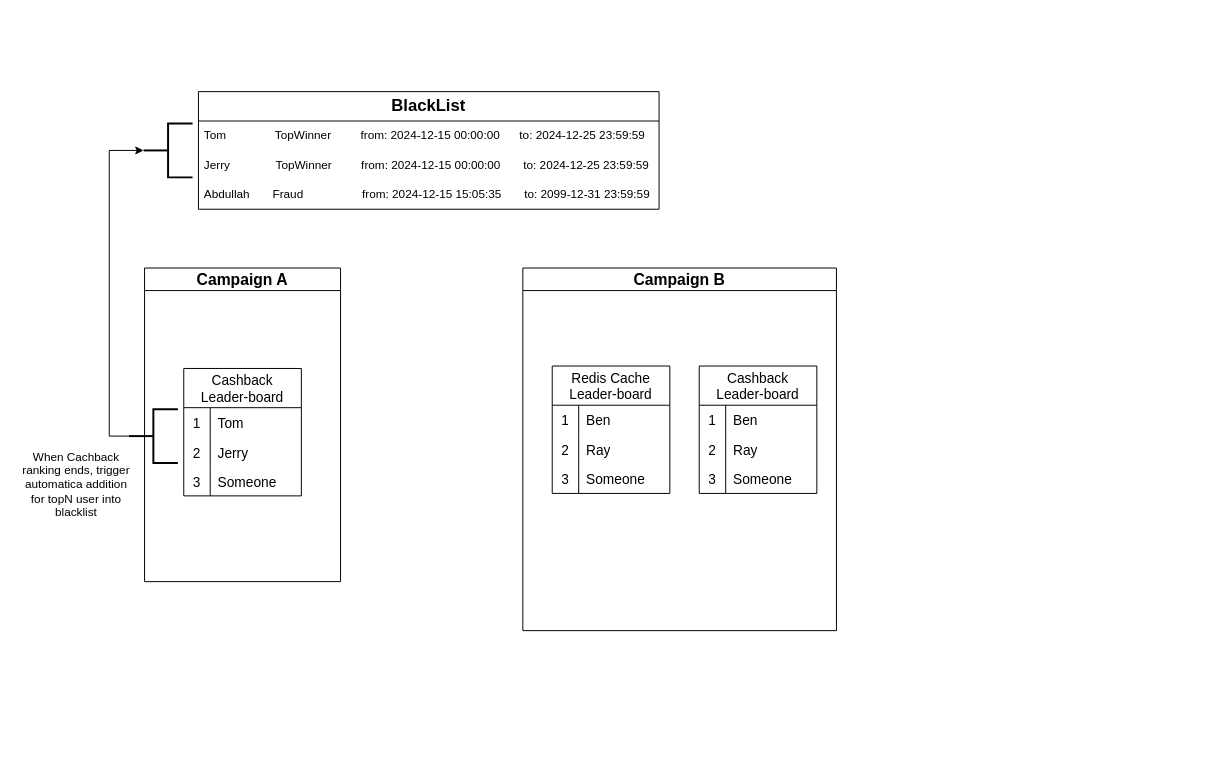
EricLuoisme/own-diagrams-draw-io keeps this draw.io diagram as game_blacklist_logic.drawio. Above is the earlier version. Source tidied: cells renumbered, new cells numbered last; positions are measured from the earlier drawing's top-left corner, leaving out a move shared by most shapes. Both pictures are drawn from the tidied source at 98%, with x=0, y=0 at pixel (17, 91).
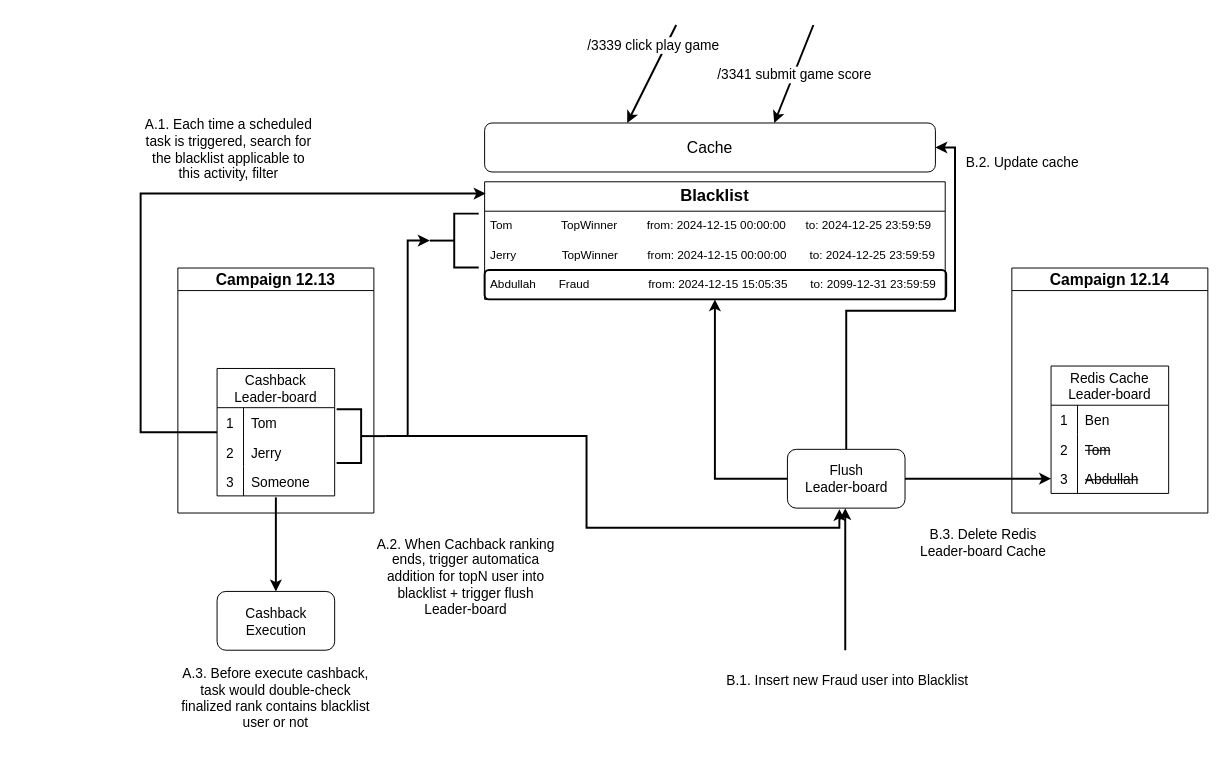
The same diagram, later.

The change refers to these unchanged cells:
```xml
<mxCell id="3" value="Cashback&#10;Leader-board" style="shape=table;startSize=40;childLayout=tableLayout;rowLines=0;fontStyle=0;strokeColor=default;fontSize=14;" parent="2" vertex="1">
  <mxGeometry x="40" y="102.5" width="120" height="130" as="geometry" />
</mxCell>
<mxCell id="10" style="shape=tableRow;horizontal=0;startSize=0;swimlaneHead=0;swimlaneBody=0;top=0;left=0;bottom=0;right=0;fillColor=none;points=[[0,0.5],[1,0.5]];portConstraint=eastwest;strokeColor=inherit;fontSize=16;" parent="3" vertex="1">
  <mxGeometry y="100" width="120" height="30" as="geometry" />
</mxCell>
```

What changed in the source:
```diff
@@
+    <mxCell id="42" style="edgeStyle=orthogonalEdgeStyle;rounded=0;jettySize=auto;html=1;exitX=0;exitY=0.5;exitDx=0;exitDy=0;entryX=0.5;entryY=1;entryDx=0;entryDy=0;strokeWidth=2;" parent="1" edge="1" source="45" target="35">
+      <mxGeometry relative="1" as="geometry" />
+    </mxCell>
+    <mxCell id="43" style="edgeStyle=orthogonalEdgeStyle;rounded=0;jettySize=auto;html=1;exitX=1;exitY=0.5;exitDx=0;exitDy=0;entryX=0;entryY=0.5;entryDx=0;entryDy=0;strokeWidth=2;" parent="1" edge="1" source="45" target="68">
+      <mxGeometry relative="1" as="geometry" />
+    </mxCell>
+    <mxCell id="44" style="edgeStyle=orthogonalEdgeStyle;rounded=0;jettySize=auto;html=1;exitX=0.5;exitY=0;exitDx=0;exitDy=0;entryX=1;entryY=0.5;entryDx=0;entryDy=0;strokeWidth=2;" parent="1" edge="1" source="45" target="49">
+      <mxGeometry relative="1" as="geometry" />
+    </mxCell>
+    <mxCell id="45" style="rounded=1;whiteSpace=wrap;html=1;" parent="1" vertex="1">
+      <mxGeometry x="786" y="365" width="120" height="60" as="geometry" />
+    </mxCell>
+    <mxCell id="46" style="rounded=1;whiteSpace=wrap;html=1;strokeWidth=2;" parent="1" vertex="1">
+      <mxGeometry x="477" y="182" width="471" height="30" as="geometry" />
+    </mxCell>
-    <mxCell id="2" value="&lt;font style=&quot;font-size: 16px;&quot;&gt;Campaign A&lt;/font&gt;" style="swimlane;whiteSpace=wrap;html=1;" parent="1" vertex="1">
-      <mxGeometry x="130" y="180" width="200" height="320" as="geometry" />
+    <mxCell id="2" value="&lt;font style=&quot;font-size: 16px;&quot;&gt;Campaign 12.13&lt;br&gt;&lt;/font&gt;" style="swimlane;whiteSpace=wrap;html=1;" parent="1" vertex="1">
+      <mxGeometry x="164" y="180" width="200" height="250" as="geometry" />
     </mxCell>
@@
-    <mxCell id="13" style="strokeWidth=2;html=1;shape=mxgraph.flowchart.annotation_2;align=left;labelPosition=right;rotation=0;" parent="2" vertex="1">
-      <mxGeometry x="-16" y="144" width="50" height="55" as="geometry" />
+    <mxCell id="13" style="strokeWidth=2;html=1;shape=mxgraph.flowchart.annotation_2;align=left;labelPosition=right;rotation=-180;" parent="2" vertex="1">
+      <mxGeometry x="162" y="144" width="50" height="55" as="geometry" />
     </mxCell>
-    <mxCell id="14" value="&lt;font style=&quot;font-size: 16px;&quot;&gt;Campaign B&lt;br&gt;&lt;/font&gt;" style="swimlane;whiteSpace=wrap;html=1;" parent="1" vertex="1">
-      <mxGeometry x="516" y="180" width="320" height="370" as="geometry" />
-    </mxCell>
-    <mxCell id="15" value="Cashback&#10;Leader-board" style="shape=table;startSize=40;childLayout=tableLayout;rowLines=0;fontStyle=0;strokeColor=default;fontSize=14;" parent="14" vertex="1">
-      <mxGeometry x="180" y="100" width="120" height="130" as="geometry" />
-    </mxCell>
-    <mxCell id="16" style="shape=tableRow;horizontal=0;startSize=0;swimlaneHead=0;swimlaneBody=0;top=0;left=0;bottom=0;right=0;fillColor=none;strokeColor=inherit;fontSize=16;" parent="15" vertex="1">
-      <mxGeometry y="40" width="120" height="30" as="geometry" />
-    </mxCell>
-    <mxCell id="17" value="&lt;font style=&quot;font-size: 14px;&quot;&gt;1&lt;/font&gt;" style="shape=partialRectangle;html=1;whiteSpace=wrap;fillColor=none;top=0;left=0;bottom=0;right=0;overflow=hidden;strokeColor=inherit;fontSize=16;" parent="16" vertex="1">
-      <mxGeometry width="27" height="30" as="geometry" />
-    </mxCell>
-    <mxCell id="18" value="&lt;font style=&quot;font-size: 14px;&quot;&gt;Ben&lt;/font&gt;" style="shape=partialRectangle;html=1;whiteSpace=wrap;fillColor=none;top=0;left=0;bottom=0;right=0;align=left;spacingLeft=6;overflow=hidden;strokeColor=inherit;fontSize=16;" parent="16" vertex="1">
-      <mxGeometry x="27" width="93" height="30" as="geometry" />
-    </mxCell>
-    <mxCell id="19" style="shape=tableRow;horizontal=0;startSize=0;swimlaneHead=0;swimlaneBody=0;top=0;left=0;bottom=0;right=0;fillColor=none;strokeColor=inherit;fontSize=16;" parent="15" vertex="1">
-      <mxGeometry y="70" width="120" height="30" as="geometry" />
-    </mxCell>
-    <mxCell id="20" value="&lt;font style=&quot;font-size: 14px;&quot;&gt;2&lt;/font&gt;" style="shape=partialRectangle;html=1;whiteSpace=wrap;fillColor=none;top=0;left=0;bottom=0;right=0;overflow=hidden;strokeColor=inherit;fontSize=16;" parent="19" vertex="1">
-      <mxGeometry width="27" height="30" as="geometry" />
-    </mxCell>
-    <mxCell id="21" value="&lt;font style=&quot;font-size: 14px;&quot;&gt;Ray&lt;/font&gt;" style="shape=partialRectangle;html=1;whiteSpace=wrap;fillColor=none;top=0;left=0;bottom=0;right=0;align=left;spacingLeft=6;overflow=hidden;strokeColor=inherit;fontSize=16;" parent="19" vertex="1">
-      <mxGeometry x="27" width="93" height="30" as="geometry" />
-    </mxCell>
-    <mxCell id="22" style="shape=tableRow;horizontal=0;startSize=0;swimlaneHead=0;swimlaneBody=0;top=0;left=0;bottom=0;right=0;fillColor=none;strokeColor=inherit;fontSize=16;" parent="15" vertex="1">
-      <mxGeometry y="100" width="120" height="30" as="geometry" />
-    </mxCell>
-    <mxCell id="23" value="&lt;font style=&quot;font-size: 14px;&quot;&gt;3&lt;/font&gt;" style="shape=partialRectangle;html=1;whiteSpace=wrap;fillColor=none;top=0;left=0;bottom=0;right=0;overflow=hidden;strokeColor=inherit;fontSize=16;" parent="22" vertex="1">
-      <mxGeometry width="27" height="30" as="geometry" />
-    </mxCell>
-    <mxCell id="24" value="&lt;font style=&quot;font-size: 14px;&quot;&gt;Someone&lt;/font&gt;" style="shape=partialRectangle;html=1;whiteSpace=wrap;fillColor=none;top=0;left=0;bottom=0;right=0;align=left;spacingLeft=6;overflow=hidden;strokeColor=inherit;fontSize=16;" parent="22" vertex="1">
-      <mxGeometry x="27" width="93" height="30" as="geometry" />
-    </mxCell>
-    <mxCell id="25" value="Redis Cache&#10;Leader-board" style="shape=table;startSize=40;childLayout=tableLayout;rowLines=0;fontStyle=0;strokeColor=default;fontSize=14;" parent="14" vertex="1">
-      <mxGeometry x="30" y="100" width="120" height="130" as="geometry" />
-    </mxCell>
-    <mxCell id="26" style="shape=tableRow;horizontal=0;startSize=0;swimlaneHead=0;swimlaneBody=0;top=0;left=0;bottom=0;right=0;fillColor=none;strokeColor=inherit;fontSize=16;" parent="25" vertex="1">
-      <mxGeometry y="40" width="120" height="30" as="geometry" />
-    </mxCell>
-    <mxCell id="27" value="&lt;font style=&quot;font-size: 14px;&quot;&gt;1&lt;/font&gt;" style="shape=partialRectangle;html=1;whiteSpace=wrap;fillColor=none;top=0;left=0;bottom=0;right=0;overflow=hidden;strokeColor=inherit;fontSize=16;" parent="26" vertex="1">
-      <mxGeometry width="27" height="30" as="geometry" />
-    </mxCell>
-    <mxCell id="28" value="&lt;font style=&quot;font-size: 14px;&quot;&gt;Ben&lt;/font&gt;" style="shape=partialRectangle;html=1;whiteSpace=wrap;fillColor=none;top=0;left=0;bottom=0;right=0;align=left;spacingLeft=6;overflow=hidden;strokeColor=inherit;fontSize=16;" parent="26" vertex="1">
-      <mxGeometry x="27" width="93" height="30" as="geometry" />
-    </mxCell>
-    <mxCell id="29" style="shape=tableRow;horizontal=0;startSize=0;swimlaneHead=0;swimlaneBody=0;top=0;left=0;bottom=0;right=0;fillColor=none;strokeColor=inherit;fontSize=16;" parent="25" vertex="1">
-      <mxGeometry y="70" width="120" height="30" as="geometry" />
-    </mxCell>
-    <mxCell id="30" value="&lt;font style=&quot;font-size: 14px;&quot;&gt;2&lt;/font&gt;" style="shape=partialRectangle;html=1;whiteSpace=wrap;fillColor=none;top=0;left=0;bottom=0;right=0;overflow=hidden;strokeColor=inherit;fontSize=16;" parent="29" vertex="1">
-      <mxGeometry width="27" height="30" as="geometry" />
-    </mxCell>
-    <mxCell id="31" value="&lt;font style=&quot;font-size: 14px;&quot;&gt;Ray&lt;/font&gt;" style="shape=partialRectangle;html=1;whiteSpace=wrap;fillColor=none;top=0;left=0;bottom=0;right=0;align=left;spacingLeft=6;overflow=hidden;strokeColor=inherit;fontSize=16;" parent="29" vertex="1">
-      <mxGeometry x="27" width="93" height="30" as="geometry" />
-    </mxCell>
-    <mxCell id="32" style="shape=tableRow;horizontal=0;startSize=0;swimlaneHead=0;swimlaneBody=0;top=0;left=0;bottom=0;right=0;fillColor=none;strokeColor=inherit;fontSize=16;" parent="25" vertex="1">
-      <mxGeometry y="100" width="120" height="30" as="geometry" />
-    </mxCell>
-    <mxCell id="33" value="&lt;font style=&quot;font-size: 14px;&quot;&gt;3&lt;/font&gt;" style="shape=partialRectangle;html=1;whiteSpace=wrap;fillColor=none;top=0;left=0;bottom=0;right=0;overflow=hidden;strokeColor=inherit;fontSize=16;" parent="32" vertex="1">
-      <mxGeometry width="27" height="30" as="geometry" />
-    </mxCell>
-    <mxCell id="34" value="&lt;font style=&quot;font-size: 14px;&quot;&gt;Someone&lt;/font&gt;" style="shape=partialRectangle;html=1;whiteSpace=wrap;fillColor=none;top=0;left=0;bottom=0;right=0;align=left;spacingLeft=6;overflow=hidden;strokeColor=inherit;fontSize=16;" parent="32" vertex="1">
-      <mxGeometry x="27" width="93" height="30" as="geometry" />
-    </mxCell>
-    <mxCell id="35" value="&lt;font style=&quot;font-size: 17px;&quot;&gt;&lt;b&gt;BlackList&lt;/b&gt;&lt;/font&gt;" style="swimlane;fontStyle=0;horizontal=1;startSize=30;whiteSpace=wrap;html=1;" parent="1" vertex="1">
-      <mxGeometry x="185" width="470" height="120" as="geometry" />
+    <mxCell id="35" value="&lt;font style=&quot;font-size: 17px;&quot;&gt;&lt;b&gt;Blacklist&lt;/b&gt;&lt;/font&gt;" style="swimlane;fontStyle=0;horizontal=1;startSize=30;whiteSpace=wrap;html=1;" parent="1" vertex="1">
+      <mxGeometry x="477" y="92" width="470" height="120" as="geometry" />
     </mxCell>
@@
     <mxCell id="39" style="strokeWidth=2;html=1;shape=mxgraph.flowchart.annotation_2;align=left;labelPosition=right;rotation=0;" parent="1" vertex="1">
-      <mxGeometry x="129" y="32.5" width="50" height="55" as="geometry" />
+      <mxGeometry x="421" y="124.5" width="50" height="55" as="geometry" />
     </mxCell>
+    <mxCell id="41" value="&lt;font style=&quot;font-size: 14px;&quot;&gt;A.2. When Cachback ranking ends, trigger automatica addition for topN user into blacklist + trigger flush Leader-board&lt;br&gt;&lt;/font&gt;" style="text;strokeColor=none;align=center;fillColor=none;html=1;verticalAlign=middle;whiteSpace=wrap;rounded=0;" parent="1" vertex="1">
+      <mxGeometry x="362.8" y="440" width="190" height="110" as="geometry" />
+    </mxCell>
+    <mxCell id="47" style="endArrow=classic;html=1;rounded=0;strokeWidth=2;" parent="1" edge="1">
+      <mxGeometry relative="1" as="geometry">
+        <mxPoint x="672.5" y="-68" as="sourcePoint" />
+        <mxPoint x="622.5" y="32" as="targetPoint" />
+      </mxGeometry>
+    </mxCell>
+    <mxCell id="48" value="&lt;font style=&quot;font-size: 14px;&quot;&gt;/3339 click play game&lt;/font&gt;" style="edgeLabel;html=1;align=center;verticalAlign=middle;" parent="47" vertex="1">
+      <mxGeometry x="-0.13" y="1" relative="1" as="geometry">
+        <mxPoint x="-3" y="-24" as="offset" />
+      </mxGeometry>
+    </mxCell>
+    <mxCell id="49" value="&lt;font style=&quot;font-size: 16px;&quot;&gt;Cache&lt;/font&gt;" style="rounded=1;whiteSpace=wrap;html=1;" parent="1" vertex="1">
+      <mxGeometry x="477" y="32" width="460" height="50" as="geometry" />
+    </mxCell>
+    <mxCell id="50" style="endArrow=classic;html=1;rounded=0;strokeWidth=2;" parent="1" edge="1">
+      <mxGeometry relative="1" as="geometry">
+        <mxPoint x="812.5" y="-68" as="sourcePoint" />
+        <mxPoint x="772.5" y="32" as="targetPoint" />
+      </mxGeometry>
+    </mxCell>
+    <mxCell id="51" value="&lt;font style=&quot;font-size: 14px;&quot;&gt;/3341 submit game score&lt;br&gt;&lt;/font&gt;" style="edgeLabel;html=1;align=center;verticalAlign=middle;" parent="50" vertex="1">
+      <mxGeometry x="-0.13" y="1" relative="1" as="geometry">
+        <mxPoint x="-3" y="6" as="offset" />
+      </mxGeometry>
+    </mxCell>
+    <mxCell id="52" value="&lt;font style=&quot;font-size: 14px;&quot;&gt;A.3. Before execute cashback, task would double-check finalized rank contains blacklist user or not&lt;/font&gt;" style="text;strokeColor=none;align=center;fillColor=none;html=1;verticalAlign=middle;whiteSpace=wrap;rounded=0;" parent="1" vertex="1">
+      <mxGeometry x="165.2" y="570" width="197.5" height="97.5" as="geometry" />
+    </mxCell>
+    <mxCell id="53" value="&lt;div&gt;&lt;font style=&quot;font-size: 14px;&quot;&gt;Flush&lt;/font&gt;&lt;/div&gt;&lt;div&gt;&lt;font style=&quot;font-size: 14px;&quot;&gt;Leader-board&lt;/font&gt;&lt;/div&gt;" style="text;strokeColor=none;align=center;fillColor=none;html=1;verticalAlign=middle;whiteSpace=wrap;rounded=0;" parent="1" vertex="1">
+      <mxGeometry x="792.5" y="372.5" width="107" height="45" as="geometry" />
+    </mxCell>
+    <mxCell id="54" style="endArrow=classic;html=1;rounded=0;exitX=0.5;exitY=1.05;exitDx=0;exitDy=0;exitPerimeter=0;entryX=0.5;entryY=0;entryDx=0;entryDy=0;strokeWidth=2;" parent="1" edge="1" source="10" target="55">
+      <mxGeometry relative="1" as="geometry" />
+    </mxCell>
+    <mxCell id="55" style="rounded=1;whiteSpace=wrap;html=1;" parent="1" vertex="1">
+      <mxGeometry x="204" y="510" width="120" height="60" as="geometry" />
+    </mxCell>
+    <mxCell id="56" value="&lt;div&gt;&lt;font style=&quot;font-size: 14px;&quot;&gt;Cashback&lt;/font&gt;&lt;/div&gt;&lt;div&gt;&lt;font style=&quot;font-size: 14px;&quot;&gt;Execution&lt;/font&gt;&lt;/div&gt;" style="text;strokeColor=none;align=center;fillColor=none;html=1;verticalAlign=middle;whiteSpace=wrap;rounded=0;" parent="1" vertex="1">
+      <mxGeometry x="213.5" y="520" width="101" height="42.5" as="geometry" />
+    </mxCell>
+    <mxCell id="57" value="&lt;font style=&quot;font-size: 14px;&quot;&gt;A.1. Each time a scheduled task is triggered, search for the blacklist applicable to this activity, filter&lt;/font&gt;" style="text;strokeColor=none;align=center;fillColor=none;html=1;verticalAlign=middle;whiteSpace=wrap;rounded=0;" parent="1" vertex="1">
+      <mxGeometry x="126" y="17" width="180" height="83" as="geometry" />
+    </mxCell>
+    <mxCell id="58" style="edgeStyle=orthogonalEdgeStyle;rounded=0;jettySize=auto;html=1;exitX=0;exitY=0.5;exitDx=0;exitDy=0;strokeWidth=2;" parent="1" edge="1" source="3">
+      <mxGeometry relative="1" as="geometry">
+        <mxPoint x="478" y="104" as="targetPoint" />
+        <Array as="points">
+          <mxPoint x="126" y="348" />
+          <mxPoint x="126" y="104" />
+        </Array>
+      </mxGeometry>
+    </mxCell>
-    <mxCell id="40" style="edgeStyle=orthogonalEdgeStyle;rounded=0;jettySize=auto;html=1;exitX=0;exitY=0.5;exitDx=0;exitDy=0;exitPerimeter=0;entryX=0;entryY=0.5;entryDx=0;entryDy=0;entryPerimeter=0;" parent="1" edge="1" source="13" target="39">
+    <mxCell id="40" style="edgeStyle=orthogonalEdgeStyle;rounded=0;jettySize=auto;html=1;exitX=0;exitY=0.5;exitDx=0;exitDy=0;exitPerimeter=0;entryX=0;entryY=0.5;entryDx=0;entryDy=0;entryPerimeter=0;strokeWidth=2;" parent="1" edge="1" source="13" target="39">
       <mxGeometry relative="1" as="geometry" />
     </mxCell>
-    <mxCell id="41" value="When Cachback ranking ends, trigger automatica addition for topN user into blacklist" style="text;strokeColor=none;align=center;fillColor=none;html=1;verticalAlign=middle;whiteSpace=wrap;rounded=0;" parent="1" vertex="1">
-      <mxGeometry y="361" width="121" height="80" as="geometry" />
-    </mxCell>
+    <mxCell id="59" style="endArrow=classic;html=1;rounded=0;strokeWidth=2;entryX=0.5;entryY=1;entryDx=0;entryDy=0;" parent="1" edge="1">
+      <mxGeometry relative="1" as="geometry">
+        <mxPoint x="845" y="570" as="sourcePoint" />
+        <mxPoint x="845" y="425" as="targetPoint" />
+      </mxGeometry>
+    </mxCell>
+    <mxCell id="60" value="&lt;font style=&quot;font-size: 14px;&quot;&gt;B.1. &lt;font&gt;Insert new Fraud user into Blacklist&lt;/font&gt;&lt;/font&gt;" style="edgeLabel;html=1;align=center;verticalAlign=middle;" parent="59" vertex="1">
+      <mxGeometry x="-0.13" y="1" relative="1" as="geometry">
+        <mxPoint x="2" y="93" as="offset" />
+      </mxGeometry>
+    </mxCell>
+    <mxCell id="61" value="&lt;font style=&quot;font-size: 16px;&quot;&gt;Campaign 12.14&lt;/font&gt;" style="swimlane;whiteSpace=wrap;html=1;" parent="1" vertex="1">
+      <mxGeometry x="1015" y="180" width="200" height="250" as="geometry" />
+    </mxCell>
+    <mxCell id="25" value="Redis Cache&#10;Leader-board" style="shape=table;startSize=40;childLayout=tableLayout;rowLines=0;fontStyle=0;strokeColor=default;fontSize=14;" parent="61" vertex="1">
+      <mxGeometry x="40" y="100" width="120" height="130" as="geometry" />
+    </mxCell>
+    <mxCell id="62" style="shape=tableRow;horizontal=0;startSize=0;swimlaneHead=0;swimlaneBody=0;top=0;left=0;bottom=0;right=0;fillColor=none;strokeColor=inherit;fontSize=16;" parent="25" vertex="1">
+      <mxGeometry y="40" width="120" height="30" as="geometry" />
+    </mxCell>
+    <mxCell id="63" value="&lt;font style=&quot;font-size: 14px;&quot;&gt;1&lt;/font&gt;" style="shape=partialRectangle;html=1;whiteSpace=wrap;fillColor=none;top=0;left=0;bottom=0;right=0;overflow=hidden;strokeColor=inherit;fontSize=16;" parent="62" vertex="1">
+      <mxGeometry width="27" height="30" as="geometry" />
+    </mxCell>
+    <mxCell id="64" value="&lt;font style=&quot;font-size: 14px;&quot;&gt;Ben&lt;br&gt;&lt;/font&gt;" style="shape=partialRectangle;html=1;whiteSpace=wrap;fillColor=none;top=0;left=0;bottom=0;right=0;align=left;spacingLeft=6;overflow=hidden;strokeColor=inherit;fontSize=16;" parent="62" vertex="1">
+      <mxGeometry x="27" width="93" height="30" as="geometry" />
+    </mxCell>
+    <mxCell id="65" style="shape=tableRow;horizontal=0;startSize=0;swimlaneHead=0;swimlaneBody=0;top=0;left=0;bottom=0;right=0;fillColor=none;strokeColor=inherit;fontSize=16;" parent="25" vertex="1">
+      <mxGeometry y="70" width="120" height="30" as="geometry" />
+    </mxCell>
+    <mxCell id="66" value="&lt;font style=&quot;font-size: 14px;&quot;&gt;2&lt;/font&gt;" style="shape=partialRectangle;html=1;whiteSpace=wrap;fillColor=none;top=0;left=0;bottom=0;right=0;overflow=hidden;strokeColor=inherit;fontSize=16;" parent="65" vertex="1">
+      <mxGeometry width="27" height="30" as="geometry" />
+    </mxCell>
+    <mxCell id="67" value="&lt;font style=&quot;font-size: 14px;&quot;&gt;&lt;strike&gt;Tom&lt;/strike&gt;&lt;/font&gt;" style="shape=partialRectangle;html=1;whiteSpace=wrap;fillColor=none;top=0;left=0;bottom=0;right=0;align=left;spacingLeft=6;overflow=hidden;strokeColor=inherit;fontSize=16;" parent="65" vertex="1">
+      <mxGeometry x="27" width="93" height="30" as="geometry" />
+    </mxCell>
+    <mxCell id="68" style="shape=tableRow;horizontal=0;startSize=0;swimlaneHead=0;swimlaneBody=0;top=0;left=0;bottom=0;right=0;fillColor=none;points=[[0,0.5],[1,0.5]];portConstraint=eastwest;strokeColor=inherit;fontSize=16;" parent="25" vertex="1">
+      <mxGeometry y="100" width="120" height="30" as="geometry" />
+    </mxCell>
+    <mxCell id="69" value="&lt;font style=&quot;font-size: 14px;&quot;&gt;3&lt;/font&gt;" style="shape=partialRectangle;html=1;whiteSpace=wrap;fillColor=none;top=0;left=0;bottom=0;right=0;overflow=hidden;strokeColor=inherit;fontSize=16;" parent="68" vertex="1">
+      <mxGeometry width="27" height="30" as="geometry" />
+    </mxCell>
+    <mxCell id="70" value="&lt;font style=&quot;font-size: 14px;&quot;&gt;&lt;strike&gt;&lt;font&gt;Abdullah&lt;/font&gt;&lt;/strike&gt;&lt;/font&gt;" style="shape=partialRectangle;html=1;whiteSpace=wrap;fillColor=none;top=0;left=0;bottom=0;right=0;align=left;spacingLeft=6;overflow=hidden;strokeColor=inherit;fontSize=16;" parent="68" vertex="1">
+      <mxGeometry x="27" width="93" height="30" as="geometry" />
+    </mxCell>
+    <mxCell id="71" value="&lt;font style=&quot;font-size: 14px;&quot;&gt;B.2. Update cache&lt;br&gt;&lt;/font&gt;" style="text;strokeColor=none;align=center;fillColor=none;html=1;verticalAlign=middle;whiteSpace=wrap;rounded=0;" parent="1" vertex="1">
+      <mxGeometry x="956" y="52" width="140" height="40" as="geometry" />
+    </mxCell>
+    <mxCell id="72" value="&lt;div&gt;&lt;font style=&quot;font-size: 14px;&quot;&gt;B.3. Delete Redis Leader-board Cache&lt;/font&gt;&lt;/div&gt;" style="text;strokeColor=none;align=center;fillColor=none;html=1;verticalAlign=middle;whiteSpace=wrap;rounded=0;" parent="1" vertex="1">
+      <mxGeometry x="916" y="440" width="140" height="40" as="geometry" />
+    </mxCell>
+    <mxCell id="73" style="edgeStyle=orthogonalEdgeStyle;rounded=0;jettySize=auto;html=1;exitX=0;exitY=0.5;exitDx=0;exitDy=0;exitPerimeter=0;entryX=0.442;entryY=1.017;entryDx=0;entryDy=0;entryPerimeter=0;strokeWidth=2;" parent="1" edge="1" source="13" target="45">
+      <mxGeometry relative="1" as="geometry" />
+    </mxCell>
```
